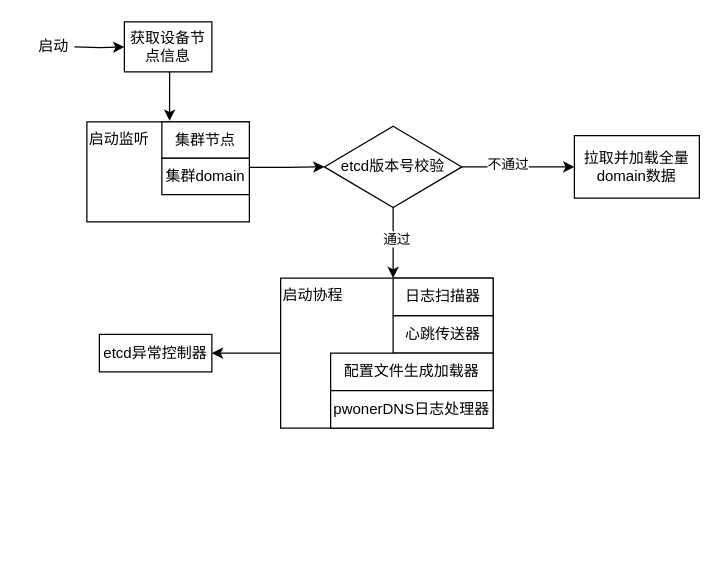
Earlier version of the draw.io diagram agent.drawio (EricLi23/myitchat). Source tidied: cells renumbered, new cells numbered last; positions are measured from the earlier drawing's top-left corner, leaving out a move shared by most shapes. Both pictures are drawn from the tidied source at 125%, with x=0, y=0 at pixel (21, 21).
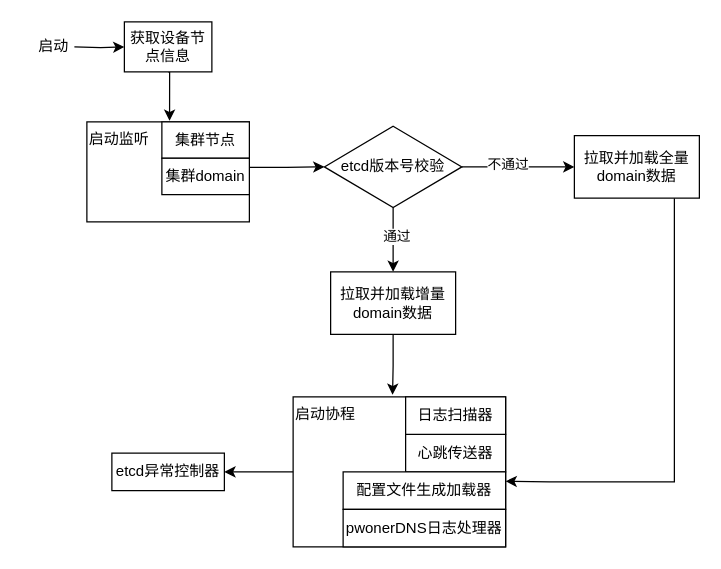
After the change.

Unchanged cells that the change refers to:
```xml
<mxCell id="9" value="etcd版本号校验" style="rhombus;whiteSpace=wrap;html=1;" parent="1" vertex="1">
  <mxGeometry x="242" y="83.5" width="110" height="65" as="geometry" />
</mxCell>
<mxCell id="10" value="拉取并加载全量domain数据" style="whiteSpace=wrap;html=1;" parent="1" vertex="1">
  <mxGeometry x="442" y="91" width="100" height="50" as="geometry" />
</mxCell>
<mxCell id="16" value="启动协程" style="whiteSpace=wrap;html=1;align=left;verticalAlign=top;" parent="15" vertex="1">
  <mxGeometry width="170" height="120" as="geometry" />
</mxCell>
<mxCell id="18" value="日志扫描器" style="whiteSpace=wrap;html=1;" parent="15" vertex="1">
  <mxGeometry x="90" width="80" height="30" as="geometry" />
</mxCell>
<mxCell id="19" value="配置文件生成加载器" style="whiteSpace=wrap;html=1;" parent="15" vertex="1">
  <mxGeometry x="40" y="60" width="130" height="30" as="geometry" />
</mxCell>
```

The edit, as a diff of the source:
```diff
@@
-    <mxCell id="7" style="edgeStyle=orthogonalEdgeStyle;rounded=0;jettySize=auto;html=1;entryX=0;entryY=0;entryDx=0;entryDy=0;" parent="1" edge="1" source="9" target="18">
+    <mxCell id="7" style="edgeStyle=orthogonalEdgeStyle;rounded=0;jettySize=auto;html=1;entryX=0.5;entryY=0;entryDx=0;entryDy=0;" parent="1" edge="1" source="9" target="27">
       <mxGeometry relative="1" as="geometry" />
     </mxCell>
@@
+    <mxCell id="25" style="edgeStyle=orthogonalEdgeStyle;rounded=0;jettySize=auto;html=1;entryX=1;entryY=0.25;entryDx=0;entryDy=0;" parent="1" edge="1" source="10" target="19">
+      <mxGeometry relative="1" as="geometry">
+        <Array as="points">
+          <mxPoint x="522" y="368" />
+          <mxPoint x="422" y="368" />
+        </Array>
+      </mxGeometry>
+    </mxCell>
@@
     <mxCell id="15" style="group;" parent="1" vertex="1">
-      <mxGeometry x="207" y="205" width="170" height="120" as="geometry" />
+      <mxGeometry x="217" y="300" width="170" height="120" as="geometry" />
     </mxCell>
@@
     <mxCell id="22" value="etcd异常控制器" style="whiteSpace=wrap;html=1;" parent="1" vertex="1">
-      <mxGeometry x="62" y="250" width="90" height="30" as="geometry" />
+      <mxGeometry x="72" y="345" width="90" height="30" as="geometry" />
     </mxCell>
@@
+    <mxCell id="26" style="edgeStyle=orthogonalEdgeStyle;rounded=0;jettySize=auto;html=1;entryX=0.468;entryY=-0.014;entryDx=0;entryDy=0;entryPerimeter=0;" parent="1" edge="1" source="27" target="16">
+      <mxGeometry relative="1" as="geometry" />
+    </mxCell>
+    <mxCell id="27" value="拉取并加载增量domain数据" style="whiteSpace=wrap;html=1;" parent="1" vertex="1">
+      <mxGeometry x="247" y="200" width="100" height="50" as="geometry" />
+    </mxCell>
```
